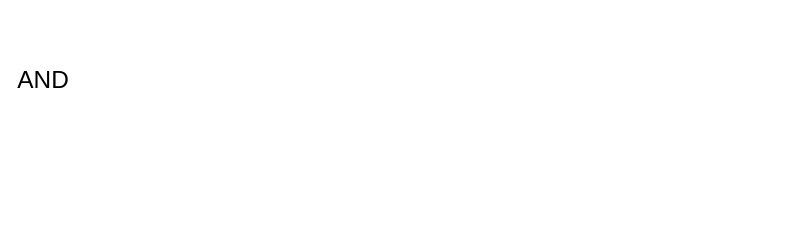
The draw.io diagram evolution-of-LE.drawio in jacintodavila/logicacomputacional, before the edit. Source tidied: cells renumbered, new cells numbered last; positions are measured from the earlier drawing's top-left corner, leaving out a move shared by most shapes. Both pictures are drawn from the tidied source at 100%, with x=0, y=0 at pixel (23, 69).
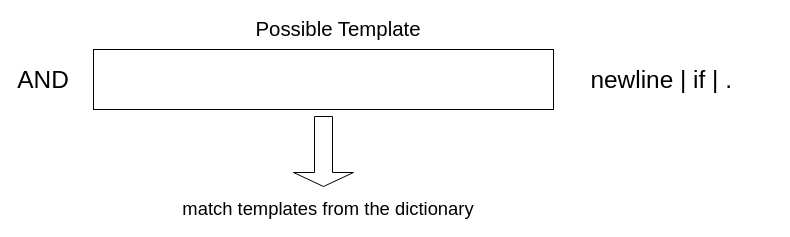
Above is the later version.

What changed in the source:
```diff
@@
 <mxGraphModel>
   <root>
     <mxCell id="0" />
     <mxCell id="1" parent="0" />
     <mxCell id="2" value="&lt;div style=&quot;font-size: 24.4px&quot;&gt;&lt;font style=&quot;font-size: 24.4px&quot;&gt;AND&lt;/font&gt;&lt;/div&gt;" style="text;html=1;strokeColor=none;fillColor=none;align=center;verticalAlign=middle;whiteSpace=wrap;rounded=0;" parent="1" vertex="1">
       <mxGeometry width="40" height="20" as="geometry" />
     </mxCell>
+    <mxCell id="3" style="rounded=0;whiteSpace=wrap;html=1;" parent="1" vertex="1">
+      <mxGeometry x="70" y="-20" width="460" height="60" as="geometry" />
+    </mxCell>
+    <mxCell id="4" value="&lt;font style=&quot;font-size: 20.4px&quot;&gt;Possible Template&lt;/font&gt;" style="text;html=1;strokeColor=none;fillColor=none;align=center;verticalAlign=middle;whiteSpace=wrap;rounded=0;" parent="1" vertex="1">
+      <mxGeometry x="150" y="-50" width="330" height="20" as="geometry" />
+    </mxCell>
+    <mxCell id="5" value="&lt;font style=&quot;font-size: 24.4px&quot;&gt;newline | if | . &amp;nbsp; &lt;/font&gt;" style="text;html=1;strokeColor=none;fillColor=none;align=center;verticalAlign=middle;whiteSpace=wrap;rounded=0;" parent="1" vertex="1">
+      <mxGeometry x="540" width="210" height="20" as="geometry" />
+    </mxCell>
+    <mxCell id="6" value="&lt;div style=&quot;font-size: 18.4px&quot;&gt;&lt;font style=&quot;font-size: 18.4px&quot;&gt;match templates from the dictionary&lt;/font&gt;&lt;/div&gt;" style="text;html=1;strokeColor=none;fillColor=none;align=center;verticalAlign=middle;whiteSpace=wrap;rounded=0;" parent="1" vertex="1">
+      <mxGeometry x="110" y="130" width="390" height="20" as="geometry" />
+    </mxCell>
+    <mxCell id="7" style="shape=singleArrow;direction=south;whiteSpace=wrap;html=1;" parent="1" vertex="1">
+      <mxGeometry x="270" y="47" width="60" height="70" as="geometry" />
+    </mxCell>
   </root>
 </mxGraphModel>
```
